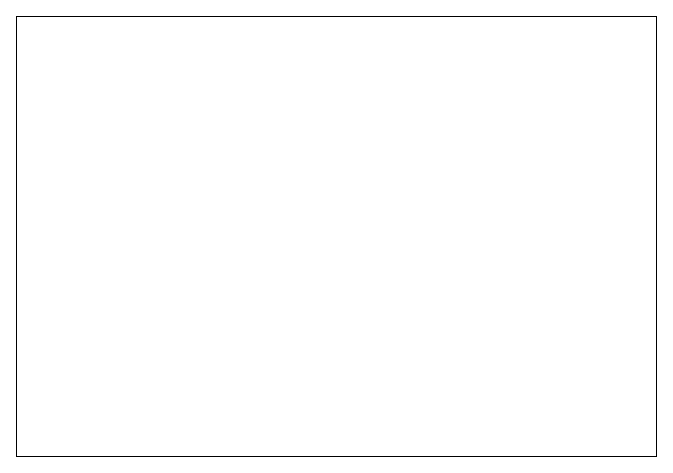
Before: 低代码——低代码引擎.drawio in tangyaosimida/love, a draw.io diagram. Source tidied: cells renumbered, new cells numbered last; positions are measured from the earlier drawing's top-left corner, leaving out a move shared by most shapes. Both pictures are drawn from the tidied source at 100%, with x=0, y=0 at pixel (16, 16).
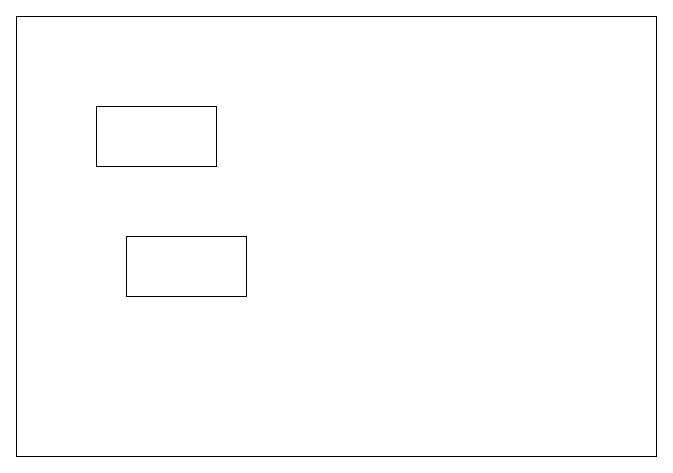
After the change.

Commit message:
更新低代码——低代码引擎.drawio

Change to the diagram source:
```diff
@@
 <mxGraphModel>
   <root>
     <mxCell id="0" />
     <mxCell id="1" parent="0" />
     <mxCell id="2" style="rounded=0;whiteSpace=wrap;html=1;" parent="1" vertex="1">
       <mxGeometry width="640" height="440" as="geometry" />
     </mxCell>
+    <mxCell id="3" style="rounded=0;whiteSpace=wrap;html=1;" parent="1" vertex="1">
+      <mxGeometry x="80" y="90" width="120" height="60" as="geometry" />
+    </mxCell>
+    <mxCell id="4" style="rounded=0;whiteSpace=wrap;html=1;" parent="1" vertex="1">
+      <mxGeometry x="110" y="220" width="120" height="60" as="geometry" />
+    </mxCell>
   </root>
 </mxGraphModel>
```
